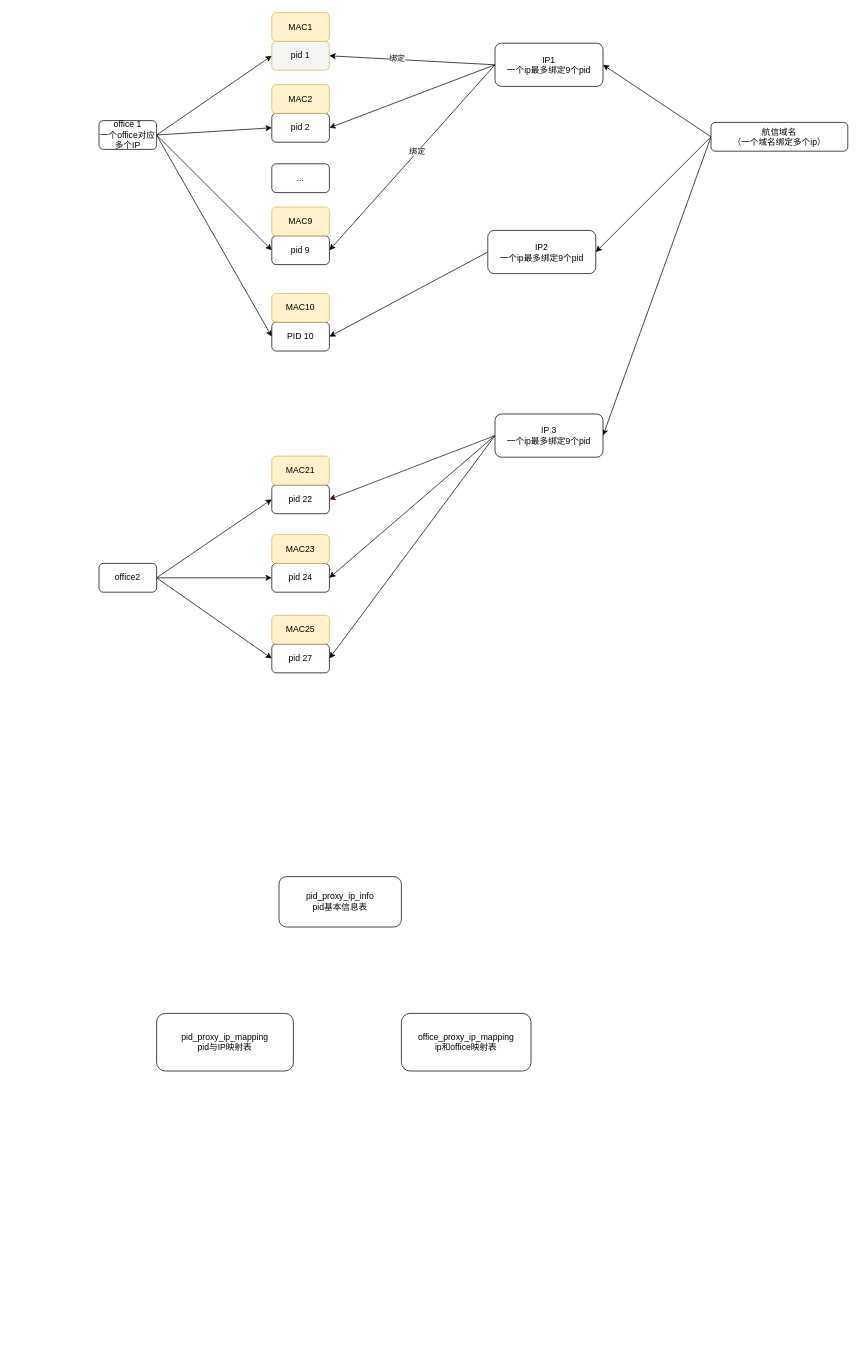
liuzhongye/draw-io keeps this draw.io diagram as page "06-pid" (6 of 6) of 01-系统日常梳理.drawio. Above is the earlier version. Source tidied: cells renumbered, new cells numbered last; positions are measured from the earlier drawing's top-left corner, leaving out a move shared by most shapes. Both pictures are drawn from the tidied source at 72%, with x=0, y=0 at pixel (99, 12).
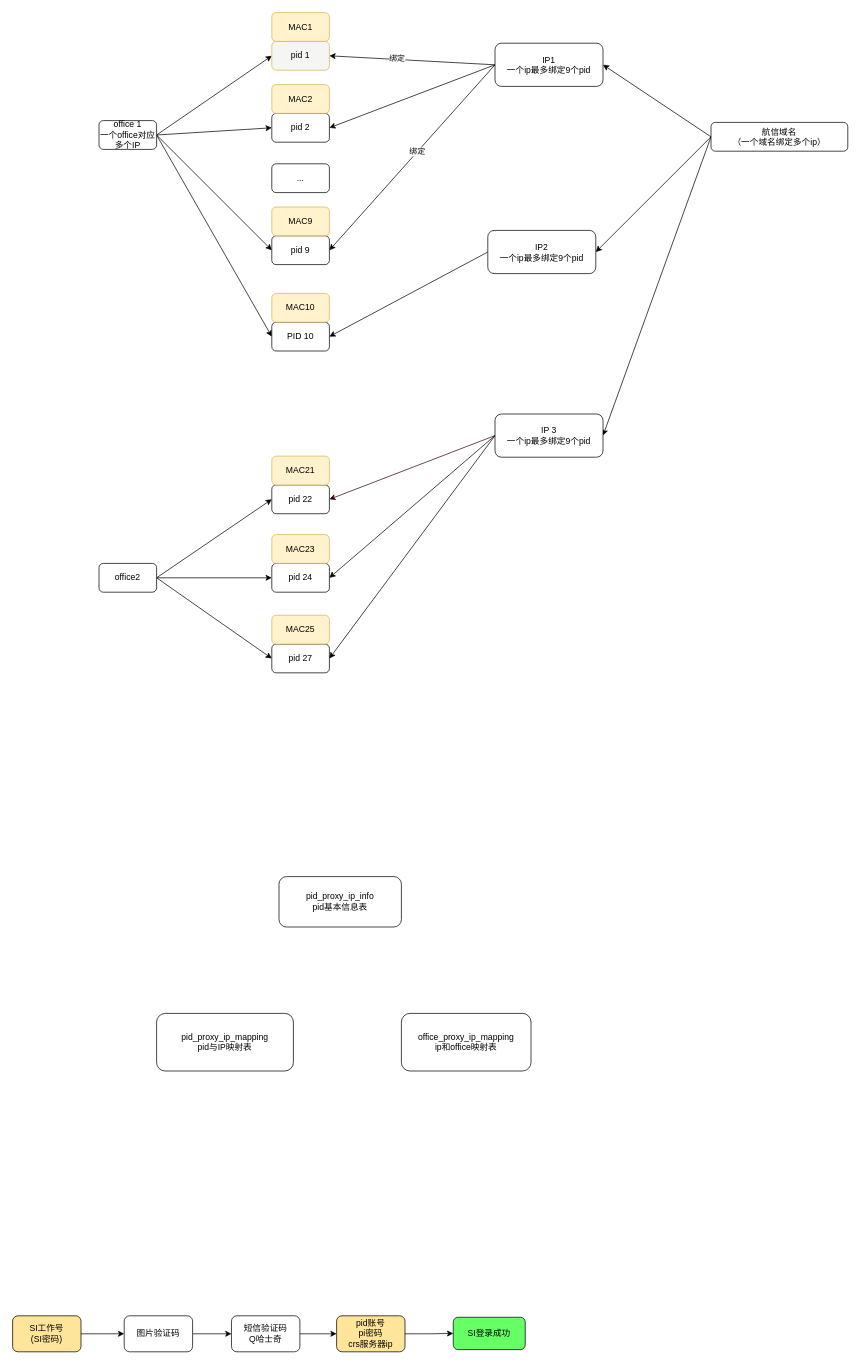
Above is the later version.

Commit message:
更新01-系统日常梳理.drawio

Diff of the diagram source:
```diff
@@
+    <mxCell id="45" style="edgeStyle=orthogonalEdgeStyle;rounded=0;jettySize=auto;html=1;exitX=1;exitY=0.5;exitDx=0;exitDy=0;entryX=0;entryY=0.5;entryDx=0;entryDy=0;" parent="1" edge="1" source="46" target="48">
+      <mxGeometry relative="1" as="geometry" />
+    </mxCell>
+    <mxCell id="46" value="SI工作号&lt;br&gt;(SI密码)" style="rounded=1;whiteSpace=wrap;html=1;fillColor=#FFE599;" parent="1" vertex="1">
+      <mxGeometry x="-120" y="1810" width="95" height="50" as="geometry" />
+    </mxCell>
+    <mxCell id="47" style="edgeStyle=orthogonalEdgeStyle;rounded=0;jettySize=auto;html=1;exitX=1;exitY=0.5;exitDx=0;exitDy=0;" parent="1" edge="1" source="48" target="50">
+      <mxGeometry relative="1" as="geometry" />
+    </mxCell>
+    <mxCell id="48" value="图片验证码" style="rounded=1;whiteSpace=wrap;html=1;" parent="1" vertex="1">
+      <mxGeometry x="35" y="1810" width="95" height="50" as="geometry" />
+    </mxCell>
+    <mxCell id="49" style="edgeStyle=orthogonalEdgeStyle;rounded=0;jettySize=auto;html=1;exitX=1;exitY=0.5;exitDx=0;exitDy=0;entryX=0;entryY=0.5;entryDx=0;entryDy=0;" parent="1" edge="1" source="50" target="52">
+      <mxGeometry relative="1" as="geometry" />
+    </mxCell>
+    <mxCell id="50" value="短信验证码&lt;br&gt;Q哈士奇" style="rounded=1;whiteSpace=wrap;html=1;" parent="1" vertex="1">
+      <mxGeometry x="184" y="1810" width="95" height="50" as="geometry" />
+    </mxCell>
+    <mxCell id="51" style="edgeStyle=orthogonalEdgeStyle;rounded=0;jettySize=auto;html=1;exitX=1;exitY=0.5;exitDx=0;exitDy=0;" parent="1" edge="1" source="52" target="53">
+      <mxGeometry relative="1" as="geometry" />
+    </mxCell>
+    <mxCell id="52" value="pid账号&lt;br&gt;pi密码&lt;br&gt;crs服务器ip" style="rounded=1;whiteSpace=wrap;html=1;fillColor=#FFE599;" parent="1" vertex="1">
+      <mxGeometry x="330" y="1810" width="95" height="50" as="geometry" />
+    </mxCell>
+    <mxCell id="53" value="SI登录成功" style="rounded=1;whiteSpace=wrap;html=1;fillColor=#66FF66;" parent="1" vertex="1">
+      <mxGeometry x="492" y="1812" width="100" height="45" as="geometry" />
+    </mxCell>
```
